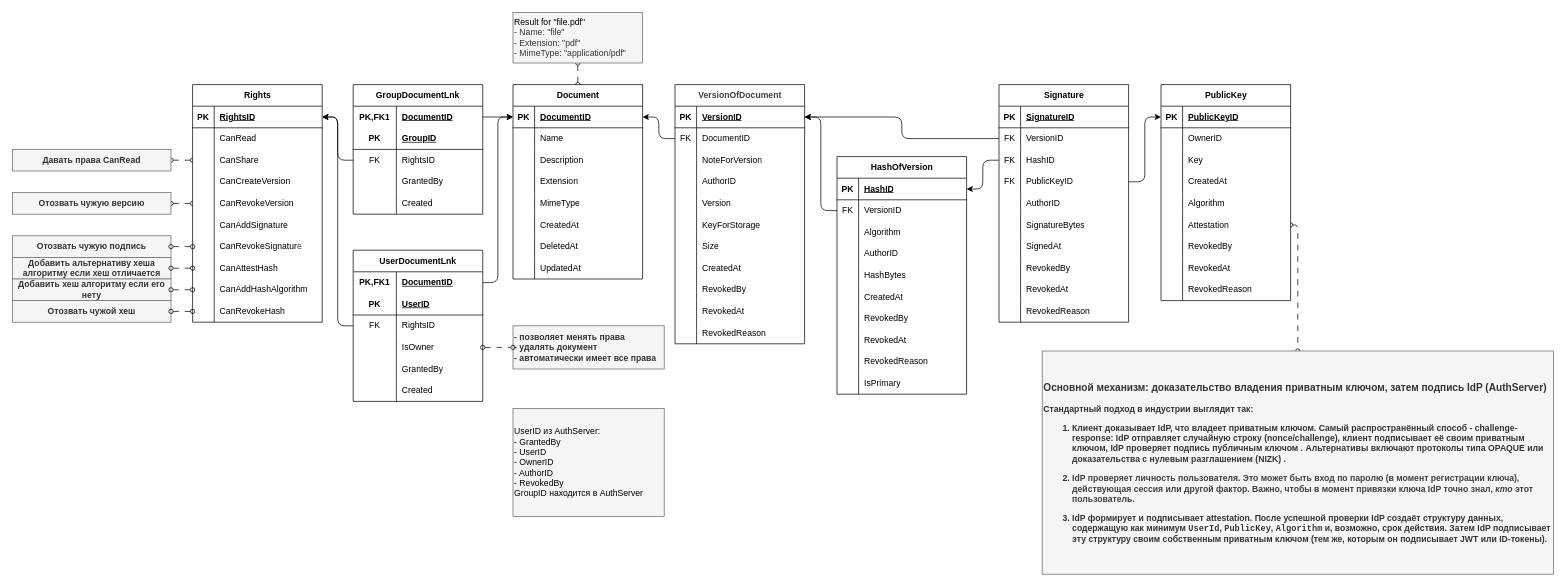
This is Doc/ER-BridgeServer.drawio from Shevchenko-Eduard/SecureEDM, a draw.io file, before an edit. Source tidied: cells renumbered, new cells numbered last; positions are measured from the earlier drawing's top-left corner, leaving out a move shared by most shapes. Both pictures are drawn from the tidied source at 72%, with x=0, y=0 at pixel (12, 12).
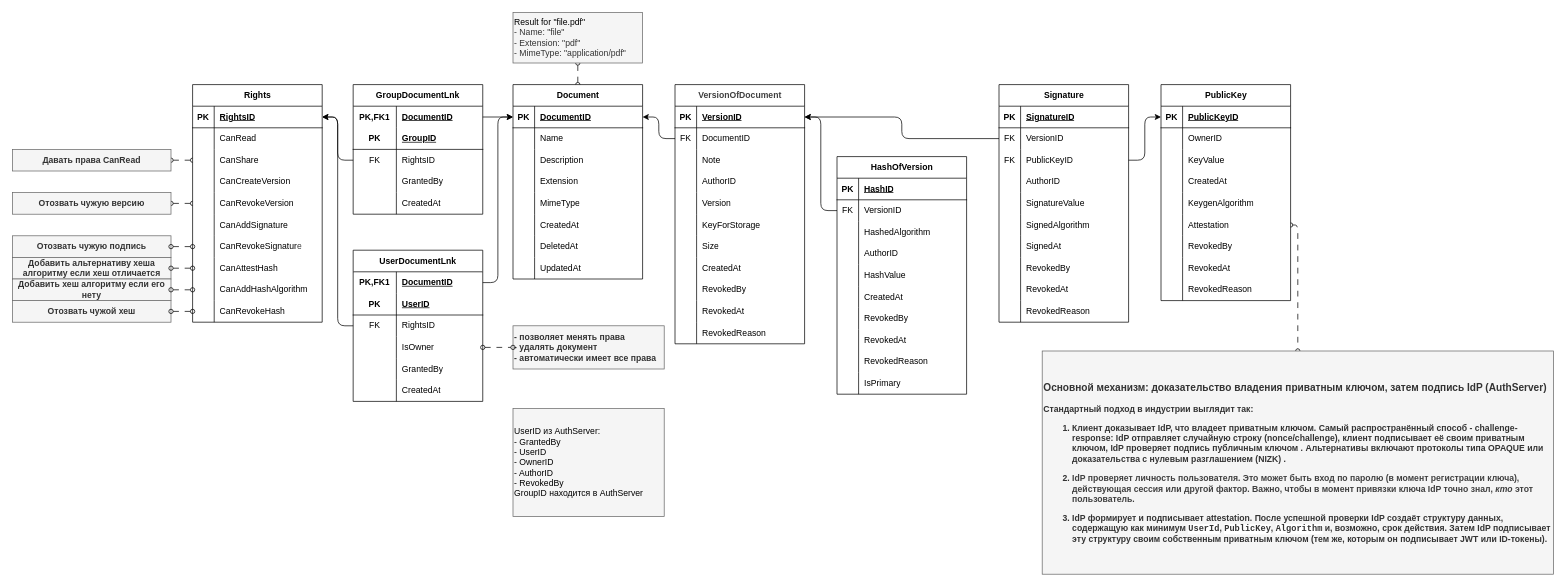
After the change.

The change refers to these unchanged cells:
```xml
<mxCell id="41" style="shape=tableRow;horizontal=0;startSize=0;swimlaneHead=0;swimlaneBody=0;fillColor=none;top=0;left=0;right=0;bottom=0;html=1;" parent="28" vertex="1">
  <mxGeometry y="150" width="180" height="30" as="geometry" />
</mxCell>
<mxCell id="60" style="shape=tableRow;horizontal=0;startSize=0;swimlaneHead=0;swimlaneBody=0;fillColor=none;top=0;left=0;right=0;bottom=0;html=1;" parent="44" vertex="1">
  <mxGeometry y="180" width="180" height="30" as="geometry" />
</mxCell>
<mxCell id="73" style="shape=tableRow;horizontal=0;startSize=0;swimlaneHead=0;swimlaneBody=0;fillColor=none;top=0;left=0;right=0;bottom=0;" parent="66" vertex="1">
  <mxGeometry y="90" width="180" height="30" as="geometry" />
</mxCell>
<mxCell id="79" style="shape=tableRow;horizontal=0;startSize=0;swimlaneHead=0;swimlaneBody=0;fillColor=none;top=0;left=0;right=0;bottom=0;" parent="66" vertex="1">
  <mxGeometry y="150" width="180" height="30" as="geometry" />
</mxCell>
<mxCell id="101" style="shape=tableRow;horizontal=0;startSize=0;swimlaneHead=0;swimlaneBody=0;fillColor=none;top=0;left=0;right=0;bottom=0;" parent="94" vertex="1">
  <mxGeometry y="90" width="180" height="30" as="geometry" />
</mxCell>
<mxCell id="129" value="Signature" style="shape=table;startSize=30;childLayout=tableLayout;rowLines=0;fontStyle=1;align=center;html=1;gradientColor=none;fillColor=default;swimlaneFillColor=default;" parent="1" vertex="1">
  <mxGeometry x="1370" y="100" width="180" height="330" as="geometry" />
</mxCell>
<mxCell id="163" style="shape=tableRow;horizontal=0;startSize=0;swimlaneHead=0;swimlaneBody=0;fillColor=none;points=[[0,0.5],[1,0.5]];portConstraint=eastwest;top=0;left=0;right=0;bottom=1;" parent="162" vertex="1">
  <mxGeometry y="30" width="180" height="30" as="geometry" />
</mxCell>
<mxCell id="169" style="shape=tableRow;horizontal=0;startSize=0;swimlaneHead=0;swimlaneBody=0;fillColor=none;top=0;left=0;right=0;bottom=0;" parent="162" vertex="1">
  <mxGeometry y="90" width="180" height="30" as="geometry" />
</mxCell>
<mxCell id="175" style="shape=tableRow;horizontal=0;startSize=0;swimlaneHead=0;swimlaneBody=0;fillColor=none;top=0;left=0;right=0;bottom=0;" parent="162" vertex="1">
  <mxGeometry y="150" width="180" height="30" as="geometry" />
</mxCell>
```

The edit, as a diff of the source:
```diff
@@
-    <mxCell id="43" value="Created" style="shape=partialRectangle;fillColor=none;top=0;left=0;bottom=0;right=0;align=left;spacingLeft=6;overflow=hidden;html=1;whiteSpace=wrap;" parent="41" vertex="1">
+    <mxCell id="43" value="CreatedAt" style="shape=partialRectangle;fillColor=none;top=0;left=0;bottom=0;right=0;align=left;spacingLeft=6;overflow=hidden;html=1;whiteSpace=wrap;" parent="41" vertex="1">
       <mxGeometry x="60" width="120" height="30" as="geometry" />
     </mxCell>
@@
-    <mxCell id="62" value="Created" style="shape=partialRectangle;fillColor=none;top=0;left=0;bottom=0;right=0;align=left;spacingLeft=6;overflow=hidden;html=1;whiteSpace=wrap;" parent="60" vertex="1">
+    <mxCell id="62" value="CreatedAt" style="shape=partialRectangle;fillColor=none;top=0;left=0;bottom=0;right=0;align=left;spacingLeft=6;overflow=hidden;html=1;whiteSpace=wrap;" parent="60" vertex="1">
       <mxGeometry x="60" width="120" height="30" as="geometry" />
     </mxCell>
@@
-    <mxCell id="75" value="Key" style="shape=partialRectangle;fillColor=none;top=0;left=0;bottom=0;right=0;align=left;spacingLeft=6;overflow=hidden;whiteSpace=wrap;html=1;" parent="73" vertex="1">
+    <mxCell id="75" value="KeyValue" style="shape=partialRectangle;fillColor=none;top=0;left=0;bottom=0;right=0;align=left;spacingLeft=6;overflow=hidden;whiteSpace=wrap;html=1;" parent="73" vertex="1">
       <mxGeometry x="30" width="150" height="30" as="geometry" />
     </mxCell>
@@
-    <mxCell id="81" value="Algorithm" style="shape=partialRectangle;fillColor=none;top=0;left=0;bottom=0;right=0;align=left;spacingLeft=6;overflow=hidden;whiteSpace=wrap;html=1;" parent="79" vertex="1">
+    <mxCell id="81" value="KeygenAlgorithm" style="shape=partialRectangle;fillColor=none;top=0;left=0;bottom=0;right=0;align=left;spacingLeft=6;overflow=hidden;whiteSpace=wrap;html=1;" parent="79" vertex="1">
       <mxGeometry x="30" width="150" height="30" as="geometry" />
     </mxCell>
@@
-    <mxCell id="103" value="NoteForVersion" style="shape=partialRectangle;fillColor=none;top=0;left=0;bottom=0;right=0;align=left;spacingLeft=6;overflow=hidden;whiteSpace=wrap;html=1;" parent="101" vertex="1">
+    <mxCell id="103" value="Note" style="shape=partialRectangle;fillColor=none;top=0;left=0;bottom=0;right=0;align=left;spacingLeft=6;overflow=hidden;whiteSpace=wrap;html=1;" parent="101" vertex="1">
       <mxGeometry x="30" width="150" height="30" as="geometry" />
     </mxCell>
@@
-    <mxCell id="136" style="shape=tableRow;horizontal=0;startSize=0;swimlaneHead=0;swimlaneBody=0;fillColor=none;points=[[0,0.5],[1,0.5]];portConstraint=eastwest;top=0;left=0;right=0;bottom=0;" parent="129" vertex="1">
-      <mxGeometry y="90" width="180" height="30" as="geometry" />
-    </mxCell>
-    <mxCell id="137" value="FK" style="shape=partialRectangle;fillColor=none;top=0;left=0;bottom=0;right=0;overflow=hidden;whiteSpace=wrap;html=1;" parent="136" vertex="1">
-      <mxGeometry width="30" height="30" as="geometry" />
-    </mxCell>
-    <mxCell id="138" value="HashID" style="shape=partialRectangle;fillColor=none;top=0;left=0;bottom=0;right=0;align=left;spacingLeft=6;overflow=hidden;whiteSpace=wrap;html=1;" parent="136" vertex="1">
-      <mxGeometry x="30" width="150" height="30" as="geometry" />
-    </mxCell>
     <mxCell id="139" style="shape=tableRow;horizontal=0;startSize=0;swimlaneHead=0;swimlaneBody=0;fillColor=none;points=[[0,0.5],[1,0.5]];portConstraint=eastwest;top=0;left=0;right=0;bottom=0;" parent="129" vertex="1">
-      <mxGeometry y="120" width="180" height="30" as="geometry" />
+      <mxGeometry y="90" width="180" height="30" as="geometry" />
     </mxCell>
@@
     <mxCell id="142" style="shape=tableRow;horizontal=0;startSize=0;swimlaneHead=0;swimlaneBody=0;fillColor=none;top=0;left=0;right=0;bottom=0;" parent="129" vertex="1">
-      <mxGeometry y="150" width="180" height="30" as="geometry" />
+      <mxGeometry y="120" width="180" height="30" as="geometry" />
     </mxCell>
@@
     <mxCell id="145" style="shape=tableRow;horizontal=0;startSize=0;swimlaneHead=0;swimlaneBody=0;fillColor=none;top=0;left=0;right=0;bottom=0;" parent="129" vertex="1">
-      <mxGeometry y="180" width="180" height="30" as="geometry" />
+      <mxGeometry y="150" width="180" height="30" as="geometry" />
     </mxCell>
@@
-    <mxCell id="147" value="SignatureBytes" style="shape=partialRectangle;fillColor=none;top=0;left=0;bottom=0;right=0;align=left;spacingLeft=6;overflow=hidden;whiteSpace=wrap;html=1;" parent="145" vertex="1">
+    <mxCell id="147" value="SignatureValue" style="shape=partialRectangle;fillColor=none;top=0;left=0;bottom=0;right=0;align=left;spacingLeft=6;overflow=hidden;whiteSpace=wrap;html=1;" parent="145" vertex="1">
       <mxGeometry x="30" width="150" height="30" as="geometry" />
     </mxCell>
+    <mxCell id="245" style="shape=tableRow;horizontal=0;startSize=0;swimlaneHead=0;swimlaneBody=0;fillColor=none;top=0;left=0;right=0;bottom=0;" parent="129" vertex="1">
+      <mxGeometry y="180" width="180" height="30" as="geometry" />
+    </mxCell>
+    <mxCell id="246" style="shape=partialRectangle;fillColor=none;top=0;left=0;bottom=0;right=0;overflow=hidden;whiteSpace=wrap;html=1;" parent="245" vertex="1">
+      <mxGeometry width="30" height="30" as="geometry" />
+    </mxCell>
+    <mxCell id="247" value="SignedAlgorithm" style="shape=partialRectangle;fillColor=none;top=0;left=0;bottom=0;right=0;align=left;spacingLeft=6;overflow=hidden;whiteSpace=wrap;html=1;" parent="245" vertex="1">
+      <mxGeometry x="30" width="150" height="30" as="geometry" />
+    </mxCell>
@@
-    <mxCell id="160" style="edgeStyle=orthogonalEdgeStyle;html=1;" parent="1" edge="1" source="136" target="163">
-      <mxGeometry relative="1" as="geometry" />
-    </mxCell>
@@
-    <mxCell id="171" value="Algorithm" style="shape=partialRectangle;fillColor=none;top=0;left=0;bottom=0;right=0;align=left;spacingLeft=6;overflow=hidden;whiteSpace=wrap;html=1;" parent="169" vertex="1">
+    <mxCell id="171" value="HashedAlgorithm" style="shape=partialRectangle;fillColor=none;top=0;left=0;bottom=0;right=0;align=left;spacingLeft=6;overflow=hidden;whiteSpace=wrap;html=1;" parent="169" vertex="1">
       <mxGeometry x="30" width="150" height="30" as="geometry" />
     </mxCell>
@@
-    <mxCell id="177" value="HashBytes" style="shape=partialRectangle;fillColor=none;top=0;left=0;bottom=0;right=0;align=left;spacingLeft=6;overflow=hidden;whiteSpace=wrap;html=1;" parent="175" vertex="1">
+    <mxCell id="177" value="HashValue" style="shape=partialRectangle;fillColor=none;top=0;left=0;bottom=0;right=0;align=left;spacingLeft=6;overflow=hidden;whiteSpace=wrap;html=1;" parent="175" vertex="1">
       <mxGeometry x="30" width="150" height="30" as="geometry" />
     </mxCell>
```
